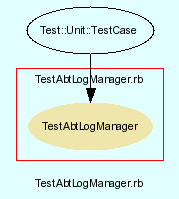
Earlier version of the Graphviz export src/trunk/doc/dot/f_11.png (eschabell/abtlinux). Its source is kept beside it as src/trunk/doc/dot/f_11.dot.
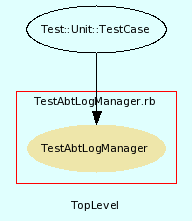
The same file after the commit.

What changed in the source:
```diff
@@ -3,7 +3,7 @@
     bgcolor = lightcyan1
     fontname = Arial
     fontsize = 8
-    label = "TestAbtLogManager.rb"
+    label = "TopLevel"
     node [
         fontname = Arial,
         fontsize = 8,
```
